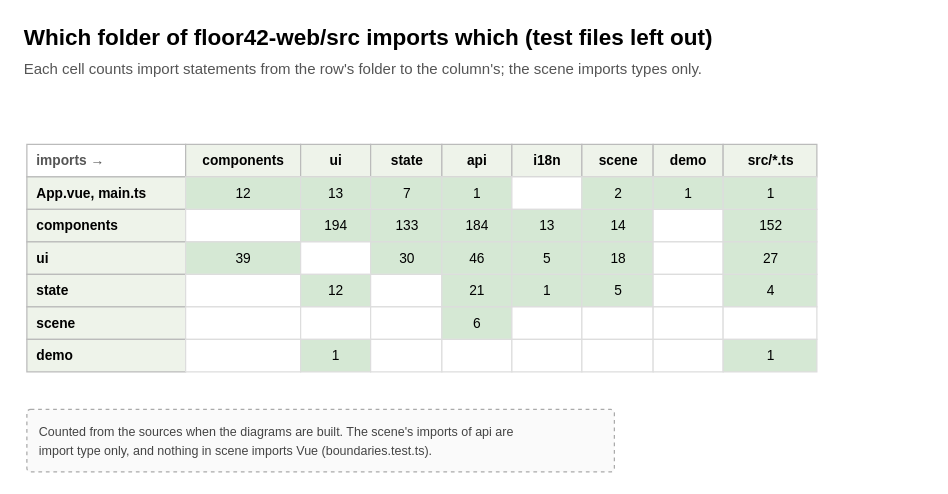
Earlier version of the draw.io diagram page "4 Web imports" (4 of 4) of docs/architecture/02-modules.drawio (padashtan/floor42). Source tidied: cells renumbered, new cells numbered last; positions are measured from the earlier drawing's top-left corner, leaving out a move shared by most shapes. Both pictures are drawn from the tidied source at 125%, with x=0, y=0 at pixel (21, 21).
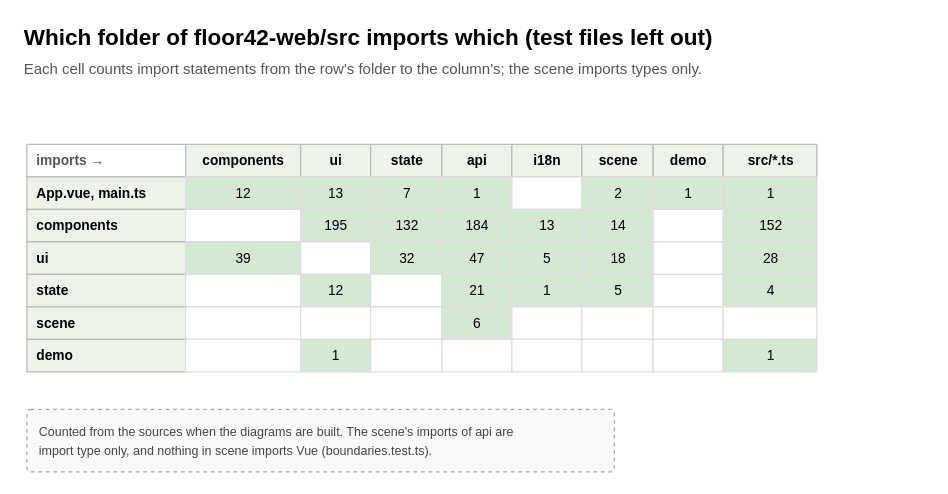
The same page after the edit.

What changed in the source:
```diff
@@
-    <mxCell id="24" value="194" style="rounded=0;html=1;fillColor=#d5e8d4;strokeColor=#dddddd;fontSize=11;" parent="1" vertex="1">
+    <mxCell id="24" value="195" style="rounded=0;html=1;fillColor=#d5e8d4;strokeColor=#dddddd;fontSize=11;" parent="1" vertex="1">
       <mxGeometry x="223" y="150" width="56" height="26" as="geometry" />
     </mxCell>
-    <mxCell id="25" value="133" style="rounded=0;html=1;fillColor=#d5e8d4;strokeColor=#dddddd;fontSize=11;" parent="1" vertex="1">
+    <mxCell id="25" value="132" style="rounded=0;html=1;fillColor=#d5e8d4;strokeColor=#dddddd;fontSize=11;" parent="1" vertex="1">
       <mxGeometry x="279" y="150" width="57" height="26" as="geometry" />
     </mxCell>
@@
-    <mxCell id="34" value="30" style="rounded=0;html=1;fillColor=#d5e8d4;strokeColor=#dddddd;fontSize=11;" parent="1" vertex="1">
+    <mxCell id="34" value="32" style="rounded=0;html=1;fillColor=#d5e8d4;strokeColor=#dddddd;fontSize=11;" parent="1" vertex="1">
       <mxGeometry x="279" y="176" width="57" height="26" as="geometry" />
     </mxCell>
-    <mxCell id="35" value="46" style="rounded=0;html=1;fillColor=#d5e8d4;strokeColor=#dddddd;fontSize=11;" parent="1" vertex="1">
+    <mxCell id="35" value="47" style="rounded=0;html=1;fillColor=#d5e8d4;strokeColor=#dddddd;fontSize=11;" parent="1" vertex="1">
       <mxGeometry x="336" y="176" width="56" height="26" as="geometry" />
     </mxCell>
@@
-    <mxCell id="39" value="27" style="rounded=0;html=1;fillColor=#d5e8d4;strokeColor=#dddddd;fontSize=11;" parent="1" vertex="1">
+    <mxCell id="39" value="28" style="rounded=0;html=1;fillColor=#d5e8d4;strokeColor=#dddddd;fontSize=11;" parent="1" vertex="1">
       <mxGeometry x="561" y="176" width="75" height="26" as="geometry" />
     </mxCell>
```
